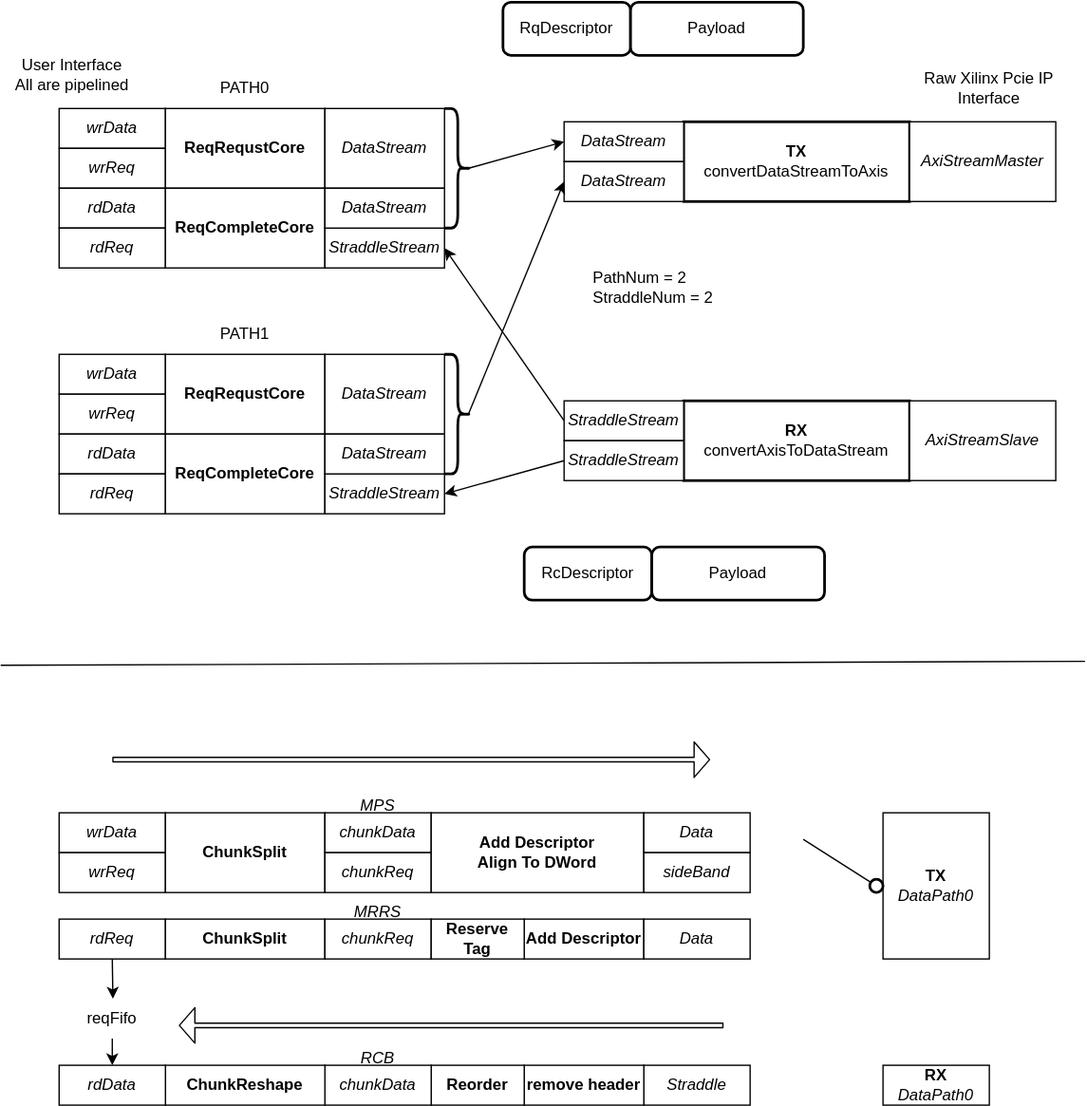
This is img/dmac.drawio.svg from datenlord/blue-dmac, a draw.io export, as it was before one commit. Source tidied: cells renumbered, new cells last; positions are measured from the earlier drawing's top-left corner, leaving out a move shared by most shapes.
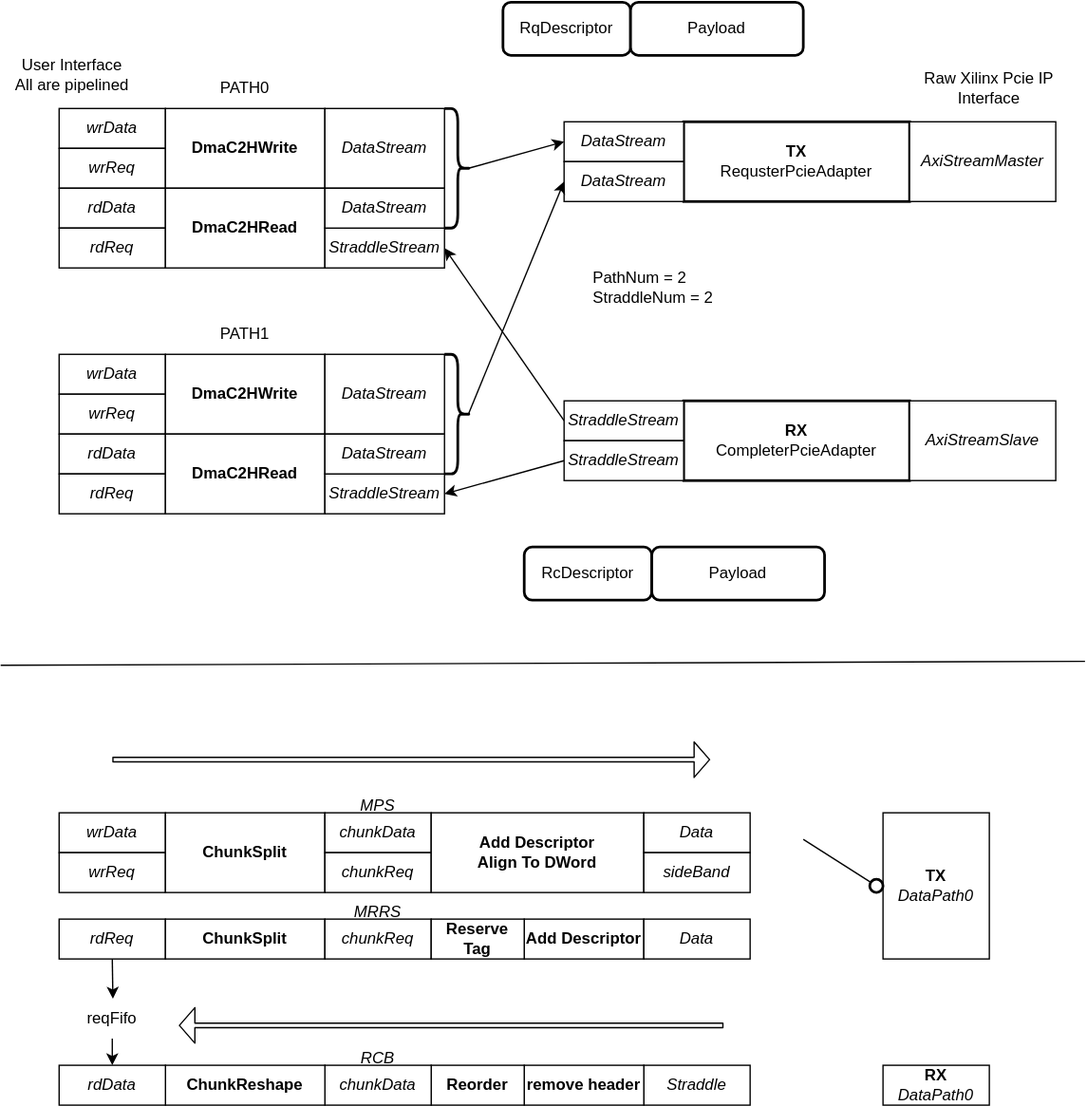
Above is the later version.

Change to the diagram source:
```diff
@@ -8,7 +8,7 @@
     <mxCell id="3" value="wrReq" style="rounded=0;whiteSpace=wrap;html=1;fontStyle=2;" parent="1" vertex="1">
       <mxGeometry x="44" y="110" width="80" height="30" as="geometry" />
     </mxCell>
-    <mxCell id="4" value="&lt;b&gt;ReqRequstCore&lt;/b&gt;" style="rounded=0;whiteSpace=wrap;html=1;" parent="1" vertex="1">
+    <mxCell id="4" value="&lt;b&gt;DmaC2HWrite&lt;/b&gt;" style="rounded=0;whiteSpace=wrap;html=1;" parent="1" vertex="1">
       <mxGeometry x="124" y="80" width="120" height="60" as="geometry" />
     </mxCell>
     <mxCell id="5" value="DataStream" style="rounded=0;whiteSpace=wrap;html=1;fontStyle=2;" parent="1" vertex="1">
@@ -20,7 +20,7 @@
     <mxCell id="7" value="rdReq" style="rounded=0;whiteSpace=wrap;html=1;fontStyle=2;" parent="1" vertex="1">
       <mxGeometry x="44" y="170" width="80" height="30" as="geometry" />
     </mxCell>
-    <mxCell id="8" value="&lt;b&gt;ReqCompleteCore&lt;/b&gt;" style="rounded=0;whiteSpace=wrap;html=1;" parent="1" vertex="1">
+    <mxCell id="8" value="&lt;b&gt;DmaC2HRead&lt;/b&gt;" style="rounded=0;whiteSpace=wrap;html=1;" parent="1" vertex="1">
       <mxGeometry x="124" y="140" width="120" height="60" as="geometry" />
     </mxCell>
     <mxCell id="9" value="StraddleStream" style="rounded=0;whiteSpace=wrap;html=1;fontStyle=2;" parent="1" vertex="1">
@@ -29,7 +29,7 @@
     <mxCell id="10" value="DataStream" style="rounded=0;whiteSpace=wrap;html=1;fontStyle=2;" parent="1" vertex="1">
       <mxGeometry x="244" y="140" width="90" height="30" as="geometry" />
     </mxCell>
-    <mxCell id="11" value="&lt;b&gt;TX&lt;/b&gt;&lt;br&gt;convertDataStreamToAxis" style="rounded=0;whiteSpace=wrap;html=1;strokeWidth=2;" parent="1" vertex="1">
+    <mxCell id="11" value="&lt;b&gt;TX&lt;/b&gt;&lt;br&gt;RequsterPcieAdapter" style="rounded=0;whiteSpace=wrap;html=1;strokeWidth=2;" parent="1" vertex="1">
       <mxGeometry x="514" y="90" width="170" height="60" as="geometry" />
     </mxCell>
     <mxCell id="12" value="DataStream" style="rounded=0;whiteSpace=wrap;html=1;fontStyle=2;" parent="1" vertex="1">
@@ -38,7 +38,7 @@
     <mxCell id="13" value="DataStream" style="rounded=0;whiteSpace=wrap;html=1;fontStyle=2;" parent="1" vertex="1">
       <mxGeometry x="424" y="120" width="90" height="30" as="geometry" />
     </mxCell>
-    <mxCell id="14" value="&lt;b&gt;RX&lt;/b&gt;&lt;br&gt;convertAxisToDataStream" style="rounded=0;whiteSpace=wrap;html=1;strokeWidth=2;" parent="1" vertex="1">
+    <mxCell id="14" value="&lt;b&gt;RX&lt;/b&gt;&lt;br&gt;CompleterPcieAdapter" style="rounded=0;whiteSpace=wrap;html=1;strokeWidth=2;" parent="1" vertex="1">
       <mxGeometry x="514" y="300" width="170" height="60" as="geometry" />
     </mxCell>
     <mxCell id="15" style="edgeStyle=none;html=1;exitX=0;exitY=0.5;exitDx=0;exitDy=0;entryX=1;entryY=0.5;entryDx=0;entryDy=0;" parent="1" edge="1" source="16" target="9">
@@ -59,7 +59,7 @@
     <mxCell id="20" value="wrReq" style="rounded=0;whiteSpace=wrap;html=1;fontStyle=2;" parent="1" vertex="1">
       <mxGeometry x="44" y="295" width="80" height="30" as="geometry" />
     </mxCell>
-    <mxCell id="21" value="&lt;b&gt;ReqRequstCore&lt;/b&gt;" style="rounded=0;whiteSpace=wrap;html=1;" parent="1" vertex="1">
+    <mxCell id="21" value="&lt;b&gt;DmaC2HWrite&lt;/b&gt;" style="rounded=0;whiteSpace=wrap;html=1;" parent="1" vertex="1">
       <mxGeometry x="124" y="265" width="120" height="60" as="geometry" />
     </mxCell>
     <mxCell id="22" value="DataStream" style="rounded=0;whiteSpace=wrap;html=1;fontStyle=2;" parent="1" vertex="1">
@@ -71,7 +71,7 @@
     <mxCell id="24" value="rdReq" style="rounded=0;whiteSpace=wrap;html=1;fontStyle=2;" parent="1" vertex="1">
       <mxGeometry x="44" y="355" width="80" height="30" as="geometry" />
     </mxCell>
-    <mxCell id="25" value="&lt;b&gt;ReqCompleteCore&lt;/b&gt;" style="rounded=0;whiteSpace=wrap;html=1;" parent="1" vertex="1">
+    <mxCell id="25" value="&lt;b&gt;DmaC2HRead&lt;/b&gt;" style="rounded=0;whiteSpace=wrap;html=1;" parent="1" vertex="1">
       <mxGeometry x="124" y="325" width="120" height="60" as="geometry" />
     </mxCell>
     <mxCell id="26" value="StraddleStream" style="rounded=0;whiteSpace=wrap;html=1;fontStyle=2;" parent="1" vertex="1">
```
